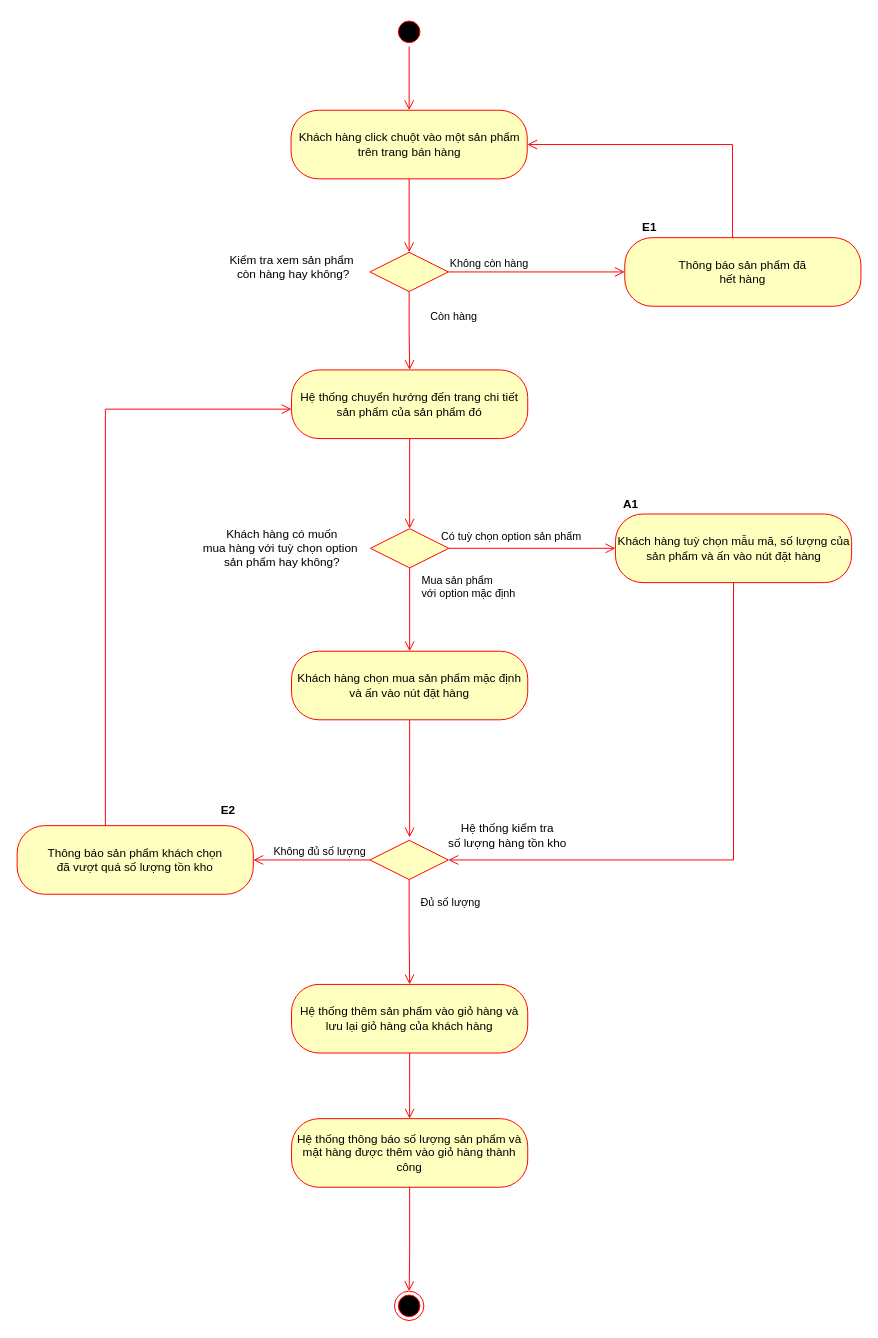
Earlier version of the draw.io diagram Nam3_HK1/CNPM_SoftTech/Activity Diagrams/Nguyên Lộc/AD_ĐặtHàng.drawio (EdgarIgnite16/SGU-Course). Source tidied: cells renumbered, new cells numbered last; positions are measured from the earlier drawing's top-left corner, leaving out a move shared by most shapes. Both pictures are drawn from the tidied source at 98%, with x=0, y=0 at pixel (17, 17).
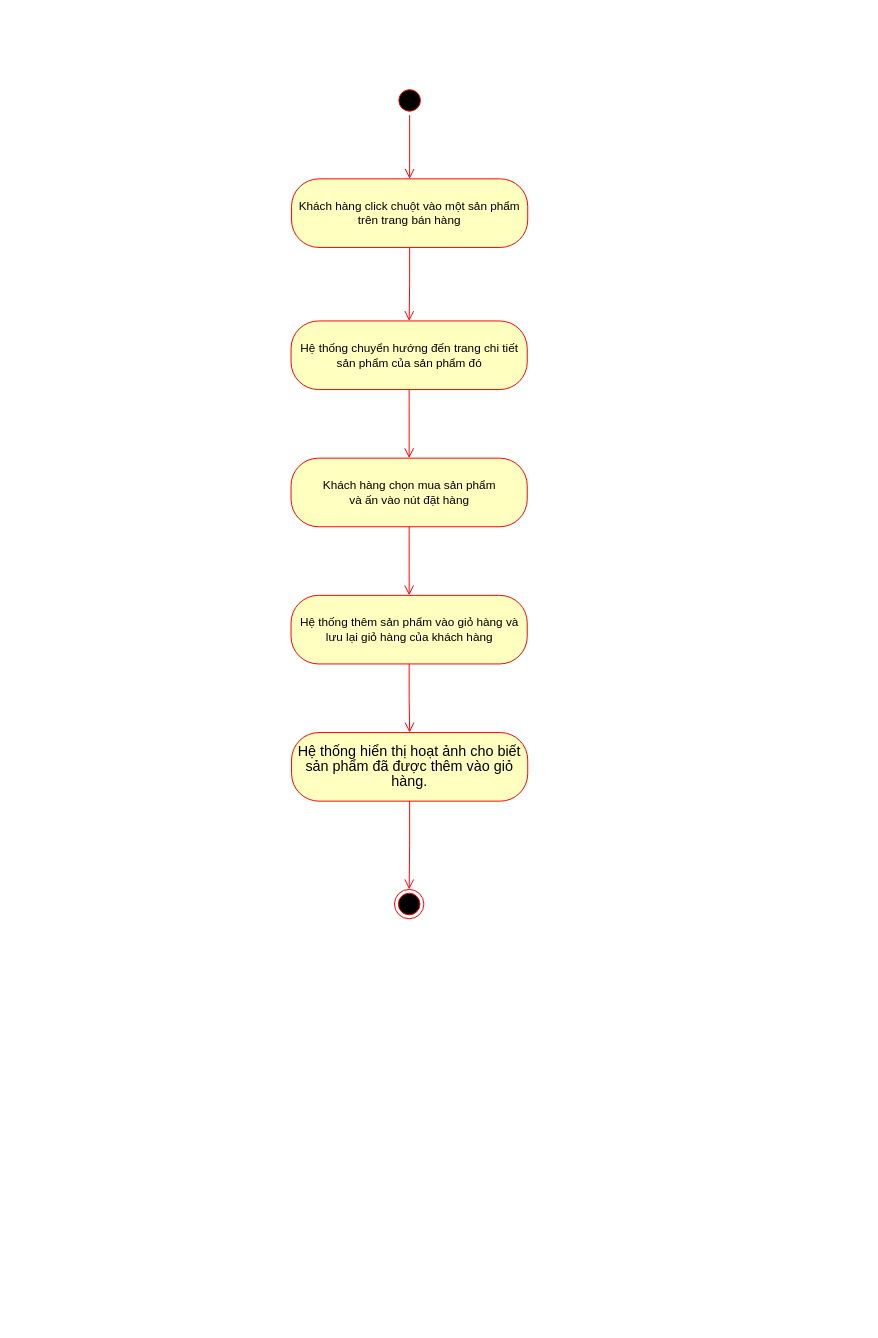
Above is the later version.

What changed in the source:
```diff
@@
     <mxCell id="2" style="ellipse;html=1;shape=startState;fillColor=#000000;strokeColor=#ff0000;" parent="1" vertex="1">
-      <mxGeometry x="385" width="30" height="30" as="geometry" />
+      <mxGeometry x="385.5" y="70" width="30" height="30" as="geometry" />
     </mxCell>
@@
     <mxCell id="4" value="Khách hàng click chuột vào một sản phẩm&lt;br&gt;trên trang bán hàng" style="rounded=1;whiteSpace=wrap;html=1;arcSize=40;fontColor=#000000;fillColor=#ffffc0;strokeColor=#ff0000;" parent="1" vertex="1">
-      <mxGeometry x="279.5" y="95" width="241" height="70" as="geometry" />
+      <mxGeometry x="280" y="165" width="241" height="70" as="geometry" />
     </mxCell>
-    <mxCell id="5" style="edgeStyle=orthogonalEdgeStyle;html=1;verticalAlign=bottom;endArrow=open;endSize=8;strokeColor=#ff0000;rounded=0;" parent="1" edge="1" source="6" target="11">
+    <mxCell id="5" style="edgeStyle=orthogonalEdgeStyle;html=1;verticalAlign=bottom;endArrow=open;endSize=8;strokeColor=#ff0000;rounded=0;" parent="1" edge="1" source="6" target="15">
       <mxGeometry relative="1" as="geometry" />
     </mxCell>
     <mxCell id="6" value="Hệ thống chuyển hướng đến trang chi tiết sản phẩm của sản phẩm đó" style="rounded=1;whiteSpace=wrap;html=1;arcSize=40;fontColor=#000000;fillColor=#ffffc0;strokeColor=#ff0000;" parent="1" vertex="1">
-      <mxGeometry x="280" y="360" width="241" height="70" as="geometry" />
+      <mxGeometry x="279.5" y="310" width="241" height="70" as="geometry" />
     </mxCell>
     <mxCell id="7" value="Hệ thống thêm sản phẩm vào giỏ hàng và lưu lại giỏ hàng của khách hàng" style="rounded=1;whiteSpace=wrap;html=1;arcSize=40;fontColor=#000000;fillColor=#ffffc0;strokeColor=#ff0000;" parent="1" vertex="1">
-      <mxGeometry x="280" y="987" width="241" height="70" as="geometry" />
+      <mxGeometry x="279.5" y="590" width="241" height="70" as="geometry" />
     </mxCell>
-    <mxCell id="8" value="Hệ thống thông báo số lượng sản phẩm và mặt hàng được thêm vào giỏ hàng thành công" style="rounded=1;whiteSpace=wrap;html=1;arcSize=40;fontColor=#000000;fillColor=#ffffc0;strokeColor=#ff0000;" parent="1" vertex="1">
-      <mxGeometry x="280" y="1124" width="241" height="70" as="geometry" />
+    <mxCell id="8" value="&lt;span style=&quot;font-size: 11.0pt ; line-height: 107% ; font-family: &amp;#34;calibri&amp;#34; , sans-serif&quot;&gt;Hệ thống hiển thị hoạt ảnh cho biết sản phẩm đã được thêm vào giỏ hàng.&lt;/span&gt;" style="rounded=1;whiteSpace=wrap;html=1;arcSize=40;fontColor=#000000;fillColor=#ffffc0;strokeColor=#ff0000;" parent="1" vertex="1">
+      <mxGeometry x="280" y="730" width="241" height="70" as="geometry" />
     </mxCell>
+    <mxCell id="10" style="edgeStyle=orthogonalEdgeStyle;html=1;verticalAlign=bottom;endArrow=open;endSize=8;strokeColor=#ff0000;rounded=0;" parent="1" edge="1" source="15" target="7">
+      <mxGeometry relative="1" as="geometry" />
+    </mxCell>
+    <mxCell id="15" value="Khách hàng chọn mua sản phẩm &lt;br&gt;và ấn vào nút đặt hàng" style="rounded=1;whiteSpace=wrap;html=1;arcSize=40;fontColor=#000000;fillColor=#ffffc0;strokeColor=#ff0000;" parent="1" vertex="1">
+      <mxGeometry x="279.5" y="450" width="241" height="70" as="geometry" />
+    </mxCell>
+    <mxCell id="29" style="edgeStyle=orthogonalEdgeStyle;html=1;verticalAlign=bottom;endArrow=open;endSize=8;strokeColor=#ff0000;rounded=0;" parent="1" edge="1" source="4" target="6">
+      <mxGeometry relative="1" as="geometry" />
+    </mxCell>
+    <mxCell id="34" style="ellipse;html=1;shape=endState;fillColor=#000000;strokeColor=#ff0000;" parent="1" vertex="1">
+      <mxGeometry x="385" y="890" width="30" height="30" as="geometry" />
+    </mxCell>
     <mxCell id="9" style="edgeStyle=orthogonalEdgeStyle;html=1;verticalAlign=bottom;endArrow=open;endSize=8;strokeColor=#ff0000;rounded=0;" parent="1" edge="1" source="7" target="8">
-      <mxGeometry relative="1" as="geometry">
-        <Array as="points">
-          <mxPoint x="401" y="1094" />
-          <mxPoint x="401" y="1094" />
-        </Array>
-      </mxGeometry>
+      <mxGeometry relative="1" as="geometry" />
     </mxCell>
-    <mxCell id="10" style="edgeStyle=orthogonalEdgeStyle;html=1;verticalAlign=bottom;endArrow=open;endSize=8;strokeColor=#ff0000;rounded=0;" parent="1" edge="1" source="15">
-      <mxGeometry relative="1" as="geometry">
-        <mxPoint x="400.5" y="837" as="targetPoint" />
-      </mxGeometry>
-    </mxCell>
-    <mxCell id="11" style="rhombus;whiteSpace=wrap;html=1;fillColor=#ffffc0;strokeColor=#ff0000;" parent="1" vertex="1">
-      <mxGeometry x="360.5" y="522" width="80" height="40" as="geometry" />
-    </mxCell>
-    <mxCell id="12" style="edgeStyle=orthogonalEdgeStyle;html=1;verticalAlign=bottom;endArrow=open;endSize=8;strokeColor=#ff0000;rounded=0;" parent="1" edge="1" source="14" target="18">
-      <mxGeometry relative="1" as="geometry">
-        <Array as="points">
-          <mxPoint x="731" y="860" />
-        </Array>
-      </mxGeometry>
-    </mxCell>
-    <mxCell id="13" value="&lt;b&gt;A1&lt;/b&gt;" style="text;html=1;align=center;verticalAlign=middle;strokeColor=none;fillColor=none;" parent="1" vertex="1">
-      <mxGeometry x="610.5" y="487" width="30" height="20" as="geometry" />
-    </mxCell>
-    <mxCell id="14" value="Khách hàng tuỳ chọn mẫu mã, số lượng của sản phẩm và ấn vào nút đặt hàng" style="rounded=1;whiteSpace=wrap;html=1;arcSize=40;fontColor=#000000;fillColor=#ffffc0;strokeColor=#ff0000;" parent="1" vertex="1">
-      <mxGeometry x="610.5" y="507" width="241" height="70" as="geometry" />
-    </mxCell>
-    <mxCell id="15" value="Khách hàng chọn mua sản phẩm mặc định và ấn vào nút đặt hàng" style="rounded=1;whiteSpace=wrap;html=1;arcSize=40;fontColor=#000000;fillColor=#ffffc0;strokeColor=#ff0000;" parent="1" vertex="1">
-      <mxGeometry x="280" y="647" width="241" height="70" as="geometry" />
-    </mxCell>
-    <mxCell id="16" value="Có tuỳ chọn option sản phẩm" style="edgeStyle=orthogonalEdgeStyle;html=1;align=left;verticalAlign=top;endArrow=open;endSize=8;strokeColor=#ff0000;rounded=0;" parent="1" edge="1" source="11" target="14">
-      <mxGeometry x="-1" y="27" relative="1" as="geometry">
-        <mxPoint x="-10" y="2" as="offset" />
-      </mxGeometry>
-    </mxCell>
-    <mxCell id="17" value="Mua sản phẩm &lt;br&gt;với option mặc định" style="edgeStyle=orthogonalEdgeStyle;html=1;align=left;verticalAlign=bottom;endArrow=open;endSize=8;strokeColor=#ff0000;rounded=0;" parent="1" edge="1" source="11" target="15">
-      <mxGeometry x="-0.18" y="10" relative="1" as="geometry" />
-    </mxCell>
-    <mxCell id="18" style="rhombus;whiteSpace=wrap;html=1;fillColor=#ffffc0;strokeColor=#ff0000;" parent="1" vertex="1">
-      <mxGeometry x="360" y="840" width="80" height="40" as="geometry" />
-    </mxCell>
-    <mxCell id="19" value="Không đủ số lượng" style="edgeStyle=orthogonalEdgeStyle;html=1;align=left;verticalAlign=bottom;endArrow=open;endSize=8;strokeColor=#ff0000;rounded=0;" parent="1" edge="1" source="18" target="23">
-      <mxGeometry x="0.68" relative="1" as="geometry">
-        <Array as="points">
-          <mxPoint x="160" y="860" />
-        </Array>
-      </mxGeometry>
-    </mxCell>
-    <mxCell id="20" value="Đủ số lượng" style="edgeStyle=orthogonalEdgeStyle;html=1;align=left;verticalAlign=top;endArrow=open;endSize=8;strokeColor=#ff0000;rounded=0;" parent="1" edge="1" source="18" target="7">
-      <mxGeometry x="-0.81" y="10" relative="1" as="geometry" />
-    </mxCell>
-    <mxCell id="21" value="Hệ thống kiểm tra&lt;br&gt;số lượng hàng tồn kho" style="text;html=1;align=center;verticalAlign=middle;strokeColor=none;fillColor=none;" parent="1" vertex="1">
-      <mxGeometry x="430" y="820" width="140" height="30" as="geometry" />
-    </mxCell>
-    <mxCell id="22" value="Khách hàng có muốn&lt;br&gt;mua hàng với tuỳ chọn option&amp;nbsp;&lt;br&gt;sản phẩm hay không?" style="text;html=1;align=center;verticalAlign=middle;strokeColor=none;fillColor=none;" parent="1" vertex="1">
-      <mxGeometry x="180" y="517" width="180" height="50" as="geometry" />
-    </mxCell>
-    <mxCell id="23" value="Thông báo sản phẩm khách chọn &lt;br&gt;đã vượt quá số lượng tồn kho" style="rounded=1;whiteSpace=wrap;html=1;arcSize=40;fontColor=#000000;fillColor=#ffffc0;strokeColor=#ff0000;" parent="1" vertex="1">
-      <mxGeometry y="825" width="241" height="70" as="geometry" />
-    </mxCell>
-    <mxCell id="24" style="edgeStyle=orthogonalEdgeStyle;html=1;verticalAlign=bottom;endArrow=open;endSize=8;strokeColor=#ff0000;rounded=0;" parent="1" edge="1" source="23" target="6">
-      <mxGeometry relative="1" as="geometry">
-        <Array as="points">
-          <mxPoint x="90" y="400" />
-        </Array>
-      </mxGeometry>
-    </mxCell>
-    <mxCell id="25" style="rhombus;whiteSpace=wrap;html=1;fillColor=#ffffc0;strokeColor=#ff0000;" parent="1" vertex="1">
-      <mxGeometry x="360" y="240" width="80" height="40" as="geometry" />
-    </mxCell>
-    <mxCell id="26" value="Không còn hàng" style="edgeStyle=orthogonalEdgeStyle;html=1;align=left;verticalAlign=bottom;endArrow=open;endSize=8;strokeColor=#ff0000;rounded=0;" parent="1" edge="1" source="25" target="30">
-      <mxGeometry x="-1" relative="1" as="geometry" />
-    </mxCell>
-    <mxCell id="27" value="Còn hàng" style="edgeStyle=orthogonalEdgeStyle;html=1;align=left;verticalAlign=top;endArrow=open;endSize=8;strokeColor=#ff0000;rounded=0;" parent="1" edge="1" source="25" target="6">
-      <mxGeometry x="-0.67" y="20" relative="1" as="geometry" />
-    </mxCell>
-    <mxCell id="28" value="Kiểm tra xem sản phẩm&lt;br&gt;&amp;nbsp;còn hàng hay không?" style="text;html=1;align=center;verticalAlign=middle;strokeColor=none;fillColor=none;" parent="1" vertex="1">
-      <mxGeometry x="210" y="240" width="140" height="30" as="geometry" />
-    </mxCell>
-    <mxCell id="29" style="edgeStyle=orthogonalEdgeStyle;html=1;verticalAlign=bottom;endArrow=open;endSize=8;strokeColor=#ff0000;rounded=0;" parent="1" edge="1" source="4" target="25">
-      <mxGeometry relative="1" as="geometry" />
-    </mxCell>
-    <mxCell id="30" value="Thông báo sản phẩm đã&lt;br&gt;hết hàng" style="rounded=1;whiteSpace=wrap;html=1;arcSize=40;fontColor=#000000;fillColor=#ffffc0;strokeColor=#ff0000;" parent="1" vertex="1">
-      <mxGeometry x="620" y="225" width="241" height="70" as="geometry" />
-    </mxCell>
-    <mxCell id="31" style="edgeStyle=orthogonalEdgeStyle;html=1;verticalAlign=bottom;endArrow=open;endSize=8;strokeColor=#ff0000;rounded=0;" parent="1" edge="1" source="30" target="4">
-      <mxGeometry relative="1" as="geometry">
-        <Array as="points">
-          <mxPoint x="730" y="130" />
-        </Array>
-      </mxGeometry>
-    </mxCell>
-    <mxCell id="32" value="&lt;b&gt;E1&lt;/b&gt;" style="text;html=1;align=center;verticalAlign=middle;strokeColor=none;fillColor=none;" parent="1" vertex="1">
-      <mxGeometry x="630" y="205" width="30" height="20" as="geometry" />
-    </mxCell>
-    <mxCell id="33" value="&lt;b&gt;E2&lt;/b&gt;" style="text;html=1;align=center;verticalAlign=middle;strokeColor=none;fillColor=none;" parent="1" vertex="1">
-      <mxGeometry x="200" y="800" width="30" height="20" as="geometry" />
-    </mxCell>
-    <mxCell id="34" style="ellipse;html=1;shape=endState;fillColor=#000000;strokeColor=#ff0000;" parent="1" vertex="1">
-      <mxGeometry x="385" y="1300" width="30" height="30" as="geometry" />
-    </mxCell>
     <mxCell id="35" style="edgeStyle=orthogonalEdgeStyle;html=1;verticalAlign=bottom;endArrow=open;endSize=8;strokeColor=#ff0000;rounded=0;" parent="1" edge="1" source="8" target="34">
-      <mxGeometry relative="1" as="geometry">
-        <Array as="points">
-          <mxPoint x="400" y="1265" />
-        </Array>
-      </mxGeometry>
+      <mxGeometry relative="1" as="geometry" />
     </mxCell>
```
